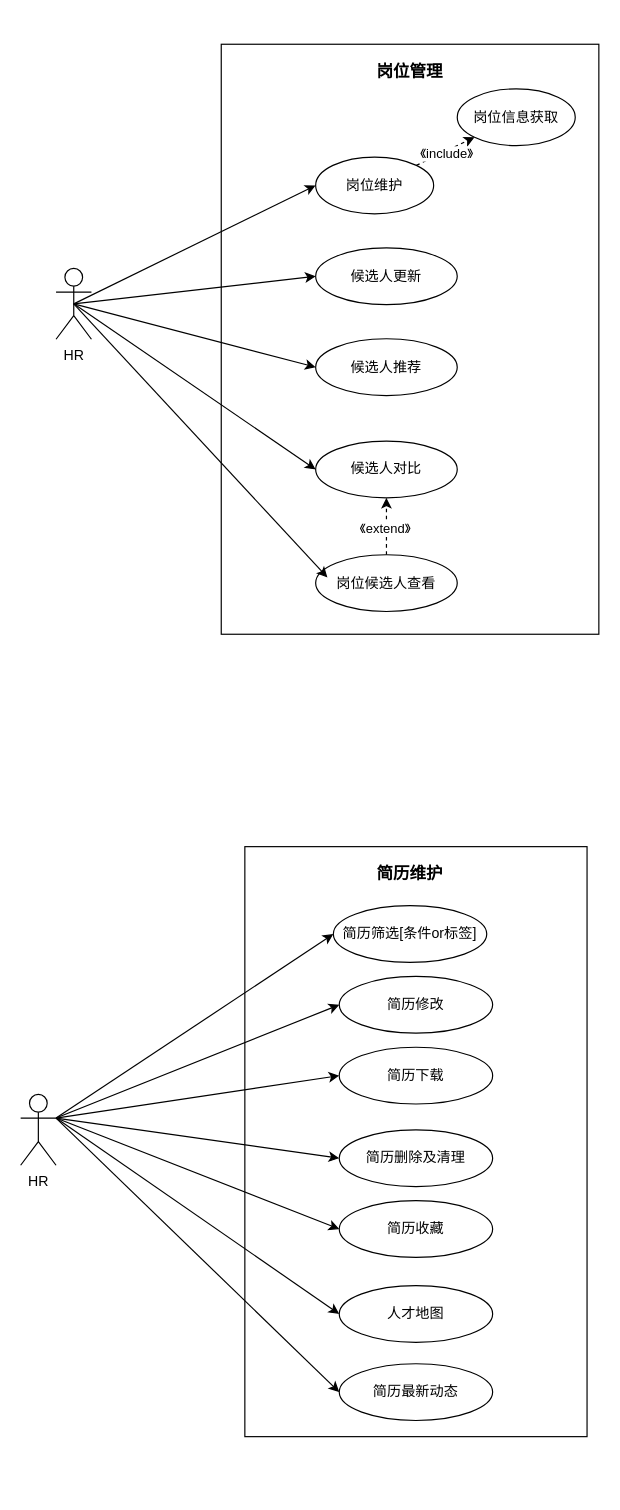
beyondgogogo/Graph keeps this draw.io diagram as page "第 1 页" (1 of 4) of 毕设用例图.drawio. Above is the earlier version. Source tidied: cells renumbered, new cells numbered last; positions are measured from the earlier drawing's top-left corner, leaving out a move shared by most shapes. Both pictures are drawn from the tidied source at 118%, with x=0, y=0 at pixel (20, 20).
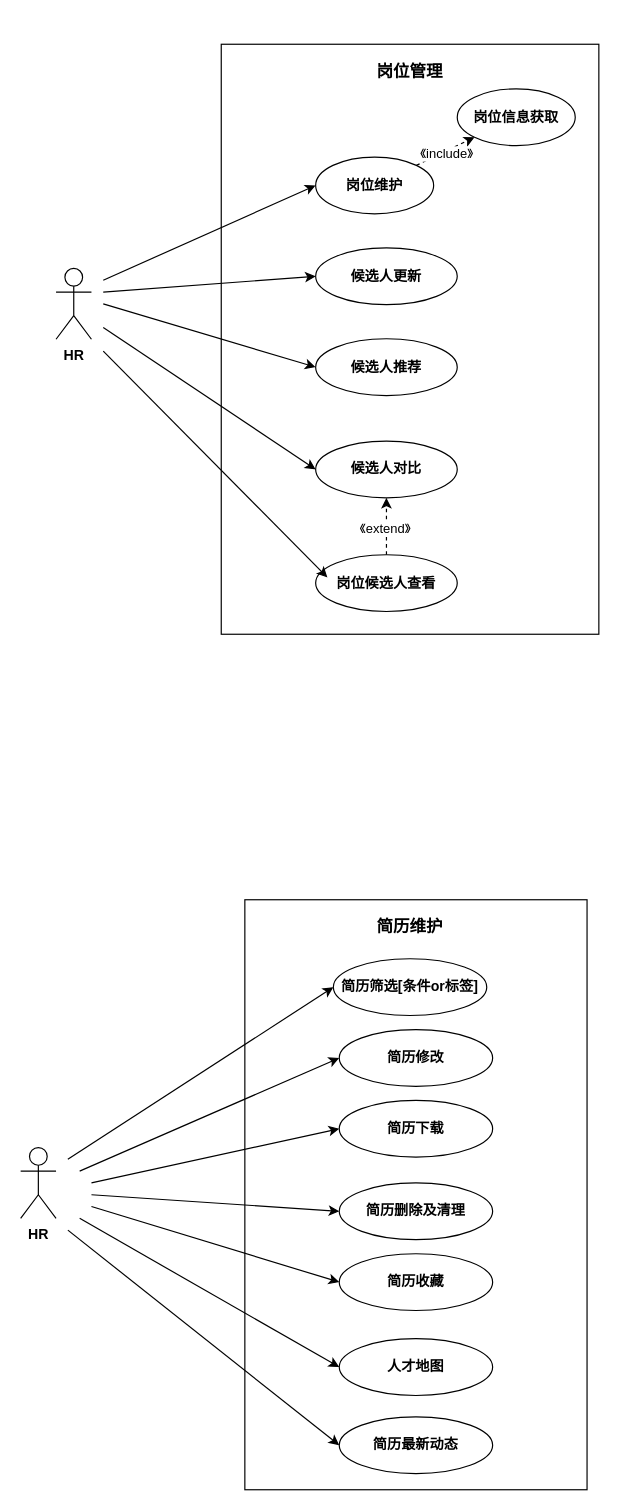
The same diagram, later.

Commit message:
更新毕设用例图.drawio

Unchanged cells that the change refers to:
```xml
<mxCell id="12" style="group;" parent="1" vertex="1">
  <mxGeometry x="170" width="320" height="520" as="geometry" />
</mxCell>
```

Diff of the diagram source:
```diff
@@
     <mxCell id="2" style="group;" parent="1" vertex="1">
-      <mxGeometry x="170" y="680" width="320" height="520" as="geometry" />
+      <mxGeometry x="170" y="680" width="320" height="565" as="geometry" />
     </mxCell>
     <mxCell id="3" style="rounded=0;whiteSpace=wrap;html=1;" parent="2" vertex="1">
-      <mxGeometry x="20" y="20" width="290" height="500" as="geometry" />
+      <mxGeometry x="20" y="65" width="290" height="500" as="geometry" />
     </mxCell>
     <mxCell id="4" value="&lt;b&gt;&lt;font style=&quot;font-size: 14px;&quot;&gt;简历维护&lt;/font&gt;&lt;/b&gt;" style="text;html=1;align=center;verticalAlign=middle;whiteSpace=wrap;rounded=0;" parent="2" vertex="1">
-      <mxGeometry x="130" y="28.9" width="60" height="28.9" as="geometry" />
+      <mxGeometry x="130" y="73.9" width="60" height="28.9" as="geometry" />
     </mxCell>
-    <mxCell id="5" value="简历筛选[条件or标签]" style="ellipse;whiteSpace=wrap;html=1;" parent="2" vertex="1">
-      <mxGeometry x="95" y="70" width="130" height="48.1" as="geometry" />
+    <mxCell id="5" value="&lt;b&gt;简历筛选[条件or标签]&lt;/b&gt;" style="ellipse;whiteSpace=wrap;html=1;" parent="2" vertex="1">
+      <mxGeometry x="95" y="115" width="130" height="48.1" as="geometry" />
     </mxCell>
-    <mxCell id="6" value="简历修改" style="ellipse;whiteSpace=wrap;html=1;" parent="2" vertex="1">
-      <mxGeometry x="100" y="130" width="130" height="48.1" as="geometry" />
+    <mxCell id="6" value="&lt;b&gt;简历修改&lt;/b&gt;" style="ellipse;whiteSpace=wrap;html=1;" parent="2" vertex="1">
+      <mxGeometry x="100" y="175" width="130" height="48.1" as="geometry" />
     </mxCell>
-    <mxCell id="7" value="简历下载" style="ellipse;whiteSpace=wrap;html=1;" parent="2" vertex="1">
-      <mxGeometry x="100" y="190" width="130" height="48.1" as="geometry" />
+    <mxCell id="7" value="&lt;b&gt;简历下载&lt;/b&gt;" style="ellipse;whiteSpace=wrap;html=1;" parent="2" vertex="1">
+      <mxGeometry x="100" y="235" width="130" height="48.1" as="geometry" />
     </mxCell>
-    <mxCell id="8" value="简历删除及清理" style="ellipse;whiteSpace=wrap;html=1;" parent="2" vertex="1">
-      <mxGeometry x="100" y="260" width="130" height="48.1" as="geometry" />
+    <mxCell id="8" value="&lt;b&gt;简历删除及清理&lt;/b&gt;" style="ellipse;whiteSpace=wrap;html=1;" parent="2" vertex="1">
+      <mxGeometry x="100" y="305" width="130" height="48.1" as="geometry" />
     </mxCell>
-    <mxCell id="9" value="简历收藏" style="ellipse;whiteSpace=wrap;html=1;" parent="2" vertex="1">
-      <mxGeometry x="100" y="320" width="130" height="48.1" as="geometry" />
+    <mxCell id="9" value="&lt;b&gt;简历收藏&lt;/b&gt;" style="ellipse;whiteSpace=wrap;html=1;" parent="2" vertex="1">
+      <mxGeometry x="100" y="365" width="130" height="48.1" as="geometry" />
     </mxCell>
-    <mxCell id="10" value="人才地图" style="ellipse;whiteSpace=wrap;html=1;" parent="2" vertex="1">
-      <mxGeometry x="100" y="392" width="130" height="48.1" as="geometry" />
+    <mxCell id="10" value="&lt;b&gt;人才地图&lt;/b&gt;" style="ellipse;whiteSpace=wrap;html=1;" parent="2" vertex="1">
+      <mxGeometry x="100" y="437" width="130" height="48.1" as="geometry" />
     </mxCell>
-    <mxCell id="11" value="简历最新动态" style="ellipse;whiteSpace=wrap;html=1;" parent="2" vertex="1">
-      <mxGeometry x="100" y="458.2" width="130" height="48.1" as="geometry" />
+    <mxCell id="11" value="&lt;b&gt;简历最新动态&lt;/b&gt;" style="ellipse;whiteSpace=wrap;html=1;" parent="2" vertex="1">
+      <mxGeometry x="100" y="503.2" width="130" height="48.1" as="geometry" />
     </mxCell>
+    <mxCell id="31" style="edgeStyle=none;rounded=0;jettySize=auto;html=1;entryX=0;entryY=0.5;entryDx=0;entryDy=0;" parent="2" edge="1" target="6">
+      <mxGeometry relative="1" as="geometry">
+        <mxPoint x="-120" y="295" as="sourcePoint" />
+      </mxGeometry>
+    </mxCell>
+    <mxCell id="32" style="edgeStyle=none;rounded=0;jettySize=auto;html=1;entryX=0;entryY=0.5;entryDx=0;entryDy=0;" parent="2" edge="1" target="7">
+      <mxGeometry relative="1" as="geometry">
+        <mxPoint x="-110" y="305" as="sourcePoint" />
+      </mxGeometry>
+    </mxCell>
+    <mxCell id="33" style="edgeStyle=none;rounded=0;jettySize=auto;html=1;entryX=0;entryY=0.5;entryDx=0;entryDy=0;" parent="2" edge="1" target="8">
+      <mxGeometry relative="1" as="geometry">
+        <mxPoint x="-110" y="315" as="sourcePoint" />
+      </mxGeometry>
+    </mxCell>
+    <mxCell id="34" style="edgeStyle=none;rounded=0;jettySize=auto;html=1;entryX=0;entryY=0.5;entryDx=0;entryDy=0;" parent="2" edge="1" target="9">
+      <mxGeometry relative="1" as="geometry">
+        <mxPoint x="-110" y="325" as="sourcePoint" />
+      </mxGeometry>
+    </mxCell>
+    <mxCell id="35" style="edgeStyle=none;rounded=0;jettySize=auto;html=1;entryX=0;entryY=0.5;entryDx=0;entryDy=0;" parent="2" edge="1" target="10">
+      <mxGeometry relative="1" as="geometry">
+        <mxPoint x="-120" y="335" as="sourcePoint" />
+      </mxGeometry>
+    </mxCell>
+    <mxCell id="36" style="edgeStyle=none;rounded=0;jettySize=auto;html=1;entryX=0;entryY=0.5;entryDx=0;entryDy=0;" parent="2" edge="1" target="11">
+      <mxGeometry relative="1" as="geometry">
+        <mxPoint x="-130" y="345" as="sourcePoint" />
+      </mxGeometry>
+    </mxCell>
+    <mxCell id="37" value="&lt;b&gt;HR&lt;/b&gt;" style="shape=umlActor;verticalLabelPosition=bottom;verticalAlign=top;html=1;outlineConnect=0;" parent="2" vertex="1">
+      <mxGeometry x="-170" y="275" width="30" height="60" as="geometry" />
+    </mxCell>
+    <mxCell id="38" style="edgeStyle=none;rounded=0;jettySize=auto;html=1;entryX=0;entryY=0.5;entryDx=0;entryDy=0;" parent="2" edge="1" target="5">
+      <mxGeometry relative="1" as="geometry">
+        <mxPoint x="-130" y="285" as="sourcePoint" />
+      </mxGeometry>
+    </mxCell>
@@
-    <mxCell id="17" value="岗位维护" style="ellipse;whiteSpace=wrap;html=1;" parent="12" vertex="1">
+    <mxCell id="17" value="&lt;b&gt;岗位维护&lt;/b&gt;" style="ellipse;whiteSpace=wrap;html=1;" parent="12" vertex="1">
       <mxGeometry x="80" y="115.6" width="100" height="48.1" as="geometry" />
     </mxCell>
-    <mxCell id="18" value="候选人更新" style="ellipse;whiteSpace=wrap;html=1;" parent="12" vertex="1">
+    <mxCell id="18" value="&lt;b&gt;候选人更新&lt;/b&gt;" style="ellipse;whiteSpace=wrap;html=1;" parent="12" vertex="1">
       <mxGeometry x="80" y="192.6" width="120" height="48.1" as="geometry" />
     </mxCell>
-    <mxCell id="19" value="候选人推荐" style="ellipse;whiteSpace=wrap;html=1;" parent="12" vertex="1">
+    <mxCell id="19" value="&lt;b&gt;候选人推荐&lt;/b&gt;" style="ellipse;whiteSpace=wrap;html=1;" parent="12" vertex="1">
       <mxGeometry x="80" y="269.6" width="120" height="48.1" as="geometry" />
     </mxCell>
@@
-    <mxCell id="22" value="岗位候选人查看" style="ellipse;whiteSpace=wrap;html=1;" parent="12" vertex="1">
+    <mxCell id="22" value="&lt;b&gt;岗位候选人查看&lt;/b&gt;" style="ellipse;whiteSpace=wrap;html=1;" parent="12" vertex="1">
       <mxGeometry x="80" y="452.6" width="120" height="48.1" as="geometry" />
     </mxCell>
-    <mxCell id="23" value="岗位信息获取" style="ellipse;whiteSpace=wrap;html=1;" parent="12" vertex="1">
+    <mxCell id="23" value="&lt;b&gt;岗位信息获取&lt;/b&gt;" style="ellipse;whiteSpace=wrap;html=1;" parent="12" vertex="1">
       <mxGeometry x="200" y="57.8" width="100" height="48.1" as="geometry" />
     </mxCell>
-    <mxCell id="24" value="候选人对比" style="ellipse;whiteSpace=wrap;html=1;" parent="12" vertex="1">
+    <mxCell id="24" value="&lt;b&gt;候选人对比&lt;/b&gt;" style="ellipse;whiteSpace=wrap;html=1;" parent="12" vertex="1">
       <mxGeometry x="80" y="356.3" width="120" height="48.1" as="geometry" />
     </mxCell>
-    <mxCell id="25" style="edgeStyle=none;rounded=0;jettySize=auto;html=1;exitX=0.5;exitY=0.5;exitDx=0;exitDy=0;exitPerimeter=0;entryX=0;entryY=0.5;entryDx=0;entryDy=0;" parent="1" edge="1" source="29" target="17">
-      <mxGeometry relative="1" as="geometry" />
+    <mxCell id="25" style="edgeStyle=none;rounded=0;jettySize=auto;html=1;entryX=0;entryY=0.5;entryDx=0;entryDy=0;" parent="1" edge="1" target="17">
+      <mxGeometry relative="1" as="geometry">
+        <mxPoint x="70" y="220" as="sourcePoint" />
+      </mxGeometry>
     </mxCell>
-    <mxCell id="26" style="edgeStyle=none;rounded=0;jettySize=auto;html=1;exitX=0.5;exitY=0.5;exitDx=0;exitDy=0;exitPerimeter=0;entryX=0;entryY=0.5;entryDx=0;entryDy=0;" parent="1" edge="1" source="29" target="18">
-      <mxGeometry relative="1" as="geometry" />
+    <mxCell id="26" style="edgeStyle=none;rounded=0;jettySize=auto;html=1;entryX=0;entryY=0.5;entryDx=0;entryDy=0;" parent="1" edge="1" target="18">
+      <mxGeometry relative="1" as="geometry">
+        <mxPoint x="70" y="230" as="sourcePoint" />
+      </mxGeometry>
     </mxCell>
-    <mxCell id="27" style="edgeStyle=none;rounded=0;jettySize=auto;html=1;exitX=0.5;exitY=0.5;exitDx=0;exitDy=0;exitPerimeter=0;entryX=0;entryY=0.5;entryDx=0;entryDy=0;" parent="1" edge="1" source="29" target="19">
-      <mxGeometry relative="1" as="geometry" />
+    <mxCell id="27" style="edgeStyle=none;rounded=0;jettySize=auto;html=1;entryX=0;entryY=0.5;entryDx=0;entryDy=0;" parent="1" edge="1" target="19">
+      <mxGeometry relative="1" as="geometry">
+        <mxPoint x="70" y="240" as="sourcePoint" />
+      </mxGeometry>
     </mxCell>
-    <mxCell id="28" style="edgeStyle=none;rounded=0;jettySize=auto;html=1;exitX=0.5;exitY=0.5;exitDx=0;exitDy=0;exitPerimeter=0;entryX=0;entryY=0.5;entryDx=0;entryDy=0;" parent="1" edge="1" source="29" target="24">
-      <mxGeometry relative="1" as="geometry" />
+    <mxCell id="28" style="edgeStyle=none;rounded=0;jettySize=auto;html=1;entryX=0;entryY=0.5;entryDx=0;entryDy=0;" parent="1" edge="1" target="24">
+      <mxGeometry relative="1" as="geometry">
+        <mxPoint x="70" y="260" as="sourcePoint" />
+      </mxGeometry>
     </mxCell>
-    <mxCell id="29" value="HR" style="shape=umlActor;verticalLabelPosition=bottom;verticalAlign=top;html=1;outlineConnect=0;" parent="1" vertex="1">
+    <mxCell id="29" value="&lt;b&gt;HR&lt;/b&gt;" style="shape=umlActor;verticalLabelPosition=bottom;verticalAlign=top;html=1;outlineConnect=0;" parent="1" vertex="1">
       <mxGeometry x="30" y="210" width="30" height="60" as="geometry" />
     </mxCell>
-    <mxCell id="30" style="edgeStyle=none;rounded=0;jettySize=auto;html=1;exitX=0.5;exitY=0.5;exitDx=0;exitDy=0;exitPerimeter=0;entryX=0.083;entryY=0.4;entryDx=0;entryDy=0;entryPerimeter=0;" parent="1" edge="1" source="29" target="22">
-      <mxGeometry relative="1" as="geometry" />
+    <mxCell id="30" style="edgeStyle=none;rounded=0;jettySize=auto;html=1;entryX=0.083;entryY=0.4;entryDx=0;entryDy=0;entryPerimeter=0;" parent="1" edge="1" target="22">
+      <mxGeometry relative="1" as="geometry">
+        <mxPoint x="70" y="280" as="sourcePoint" />
+      </mxGeometry>
     </mxCell>
-    <mxCell id="31" style="edgeStyle=none;rounded=0;jettySize=auto;html=1;exitX=1;exitY=0.3333333333333333;exitDx=0;exitDy=0;exitPerimeter=0;entryX=0;entryY=0.5;entryDx=0;entryDy=0;" parent="1" edge="1" source="37" target="6">
-      <mxGeometry relative="1" as="geometry" />
-    </mxCell>
-    <mxCell id="32" style="edgeStyle=none;rounded=0;jettySize=auto;html=1;exitX=1;exitY=0.3333333333333333;exitDx=0;exitDy=0;exitPerimeter=0;entryX=0;entryY=0.5;entryDx=0;entryDy=0;" parent="1" edge="1" source="37" target="7">
-      <mxGeometry relative="1" as="geometry" />
-    </mxCell>
-    <mxCell id="33" style="edgeStyle=none;rounded=0;jettySize=auto;html=1;exitX=1;exitY=0.3333333333333333;exitDx=0;exitDy=0;exitPerimeter=0;entryX=0;entryY=0.5;entryDx=0;entryDy=0;" parent="1" edge="1" source="37" target="8">
-      <mxGeometry relative="1" as="geometry" />
-    </mxCell>
-    <mxCell id="34" style="edgeStyle=none;rounded=0;jettySize=auto;html=1;exitX=1;exitY=0.3333333333333333;exitDx=0;exitDy=0;exitPerimeter=0;entryX=0;entryY=0.5;entryDx=0;entryDy=0;" parent="1" edge="1" source="37" target="9">
-      <mxGeometry relative="1" as="geometry" />
-    </mxCell>
-    <mxCell id="35" style="edgeStyle=none;rounded=0;jettySize=auto;html=1;exitX=1;exitY=0.3333333333333333;exitDx=0;exitDy=0;exitPerimeter=0;entryX=0;entryY=0.5;entryDx=0;entryDy=0;" parent="1" edge="1" source="37" target="10">
-      <mxGeometry relative="1" as="geometry" />
-    </mxCell>
-    <mxCell id="36" style="edgeStyle=none;rounded=0;jettySize=auto;html=1;exitX=1;exitY=0.3333333333333333;exitDx=0;exitDy=0;exitPerimeter=0;entryX=0;entryY=0.5;entryDx=0;entryDy=0;" parent="1" edge="1" source="37" target="11">
-      <mxGeometry relative="1" as="geometry" />
-    </mxCell>
-    <mxCell id="37" value="HR" style="shape=umlActor;verticalLabelPosition=bottom;verticalAlign=top;html=1;outlineConnect=0;" parent="1" vertex="1">
-      <mxGeometry y="910" width="30" height="60" as="geometry" />
-    </mxCell>
-    <mxCell id="38" style="edgeStyle=none;rounded=0;jettySize=auto;html=1;entryX=0;entryY=0.5;entryDx=0;entryDy=0;" parent="1" edge="1" source="37" target="5">
-      <mxGeometry relative="1" as="geometry" />
-    </mxCell>
```
